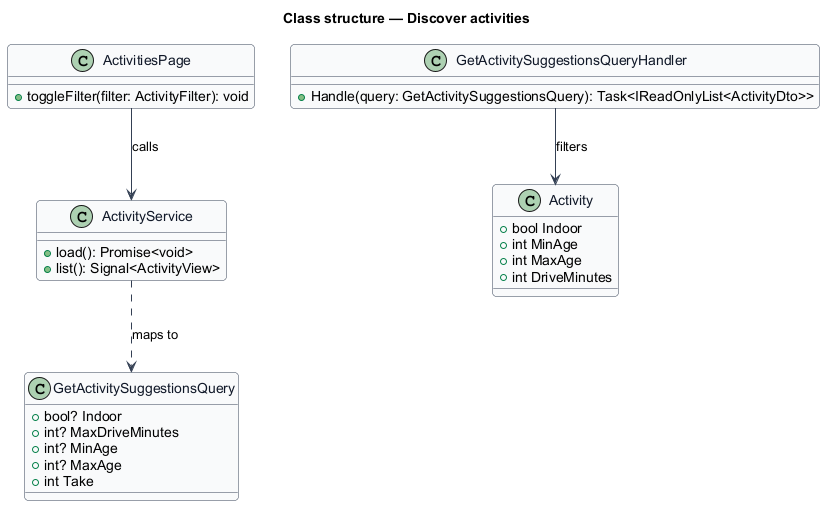
Earlier version of the PlantUML export docs/detailed-designs/discovery/discover-activities/diagrams/class-structure.png (QuinntyneBrown/saturdaze).
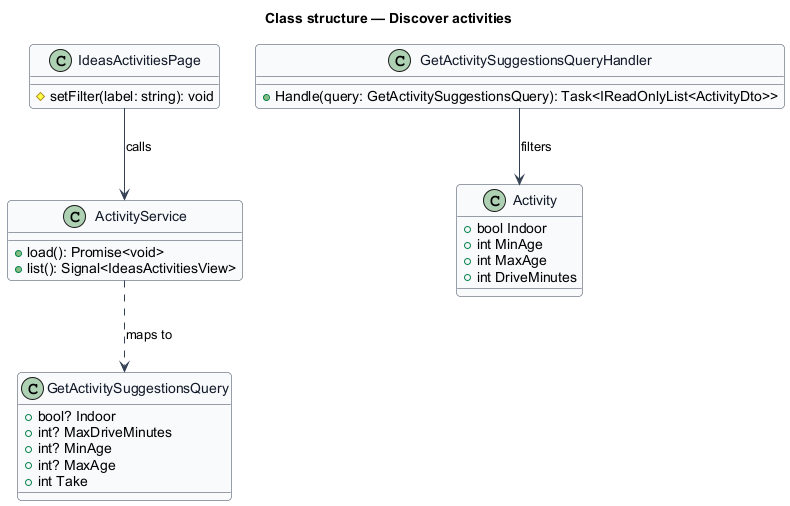
After the change.

Diff of the diagram source:
```diff
@@ -11,12 +11,12 @@
 }
 title Class structure — Discover activities
 
-class ActivitiesPage {
-  +toggleFilter(filter: ActivityFilter): void
+class IdeasActivitiesPage {
+  #setFilter(label: string): void
 }
 class ActivityService {
   +load(): Promise<void>
-  +list(): Signal<ActivityView>
+  +list(): Signal<IdeasActivitiesView>
 }
 class GetActivitySuggestionsQuery {
   +bool? Indoor
@@ -34,7 +34,7 @@
   +int MaxAge
   +int DriveMinutes
 }
-ActivitiesPage --> ActivityService : calls
+IdeasActivitiesPage --> ActivityService : calls
 ActivityService ..> GetActivitySuggestionsQuery : maps to
 GetActivitySuggestionsQueryHandler --> Activity : filters
 @enduml
```
